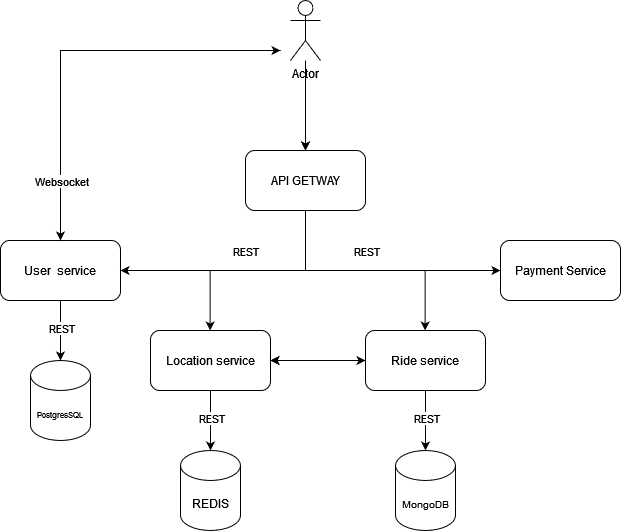
Earlier version of the draw.io export images/scheme.png (AlexGrama22/pad). Source tidied: cells renumbered, new cells last; positions are measured from the earlier drawing's top-left corner, leaving out a move shared by most shapes. Its diagram source:
```xml
<mxGraphModel background="#FFFFFF">
  <root>
    <mxCell id="0" />
    <mxCell id="1" parent="0" />
    <mxCell id="2" style="edgeStyle=orthogonalEdgeStyle;rounded=0;jettySize=auto;html=1;" parent="1" edge="1" source="3" target="4">
      <mxGeometry relative="1" as="geometry" />
    </mxCell>
    <mxCell id="3" value="Actor" style="shape=umlActor;verticalLabelPosition=bottom;verticalAlign=top;html=1;outlineConnect=0;" parent="1" vertex="1">
      <mxGeometry x="290" width="30" height="60" as="geometry" />
    </mxCell>
    <mxCell id="4" value="API GETWAY" style="rounded=1;whiteSpace=wrap;html=1;" parent="1" vertex="1">
      <mxGeometry x="245" y="150" width="120" height="60" as="geometry" />
    </mxCell>
    <mxCell id="5" value="User&amp;nbsp; service" style="rounded=1;whiteSpace=wrap;html=1;" parent="1" vertex="1">
      <mxGeometry y="240" width="120" height="60" as="geometry" />
    </mxCell>
    <mxCell id="6" style="endArrow=classic;startArrow=classic;html=1;rounded=0;exitX=0.5;exitY=0;exitDx=0;exitDy=0;" parent="1" edge="1" source="5">
      <mxGeometry relative="1" as="geometry">
        <mxPoint x="280" y="50" as="targetPoint" />
        <Array as="points">
          <mxPoint x="60" y="50" />
        </Array>
      </mxGeometry>
    </mxCell>
    <mxCell id="7" value="Websocket" style="edgeLabel;html=1;align=center;verticalAlign=middle;" parent="6" vertex="1">
      <mxGeometry x="-0.29" relative="1" as="geometry">
        <mxPoint y="86" as="offset" />
      </mxGeometry>
    </mxCell>
    <mxCell id="8" style="endArrow=none;startArrow=classic;html=1;rounded=0;entryX=0.5;entryY=1;entryDx=0;entryDy=0;exitX=1;exitY=0.5;exitDx=0;exitDy=0;endFill=0;" parent="1" edge="1" source="5" target="4">
      <mxGeometry relative="1" as="geometry">
        <Array as="points">
          <mxPoint x="305" y="270" />
        </Array>
      </mxGeometry>
    </mxCell>
    <mxCell id="9" value="REST" style="edgeLabel;html=1;align=center;verticalAlign=middle;" parent="8" vertex="1">
      <mxGeometry x="-0.27" relative="1" as="geometry">
        <mxPoint x="35" y="-20" as="offset" />
      </mxGeometry>
    </mxCell>
    <mxCell id="10" style="endArrow=classic;html=1;rounded=0;entryX=0;entryY=0.5;entryDx=0;entryDy=0;" parent="1" edge="1">
      <mxGeometry relative="1" as="geometry">
        <mxPoint x="255" y="270" as="sourcePoint" />
        <mxPoint x="500" y="270" as="targetPoint" />
      </mxGeometry>
    </mxCell>
    <mxCell id="11" value="REST" style="edgeLabel;html=1;align=center;verticalAlign=middle;" parent="10" vertex="1">
      <mxGeometry x="0.15" y="-1" relative="1" as="geometry">
        <mxPoint x="-30" y="-21" as="offset" />
      </mxGeometry>
    </mxCell>
    <mxCell id="12" value="&lt;font style=&quot;font-size: 8px;&quot;&gt;PostgresSQL&lt;/font&gt;" style="shape=cylinder3;whiteSpace=wrap;html=1;boundedLbl=1;backgroundOutline=1;size=15;" parent="1" vertex="1">
      <mxGeometry x="30" y="360" width="60" height="80" as="geometry" />
    </mxCell>
    <mxCell id="13" style="endArrow=none;startArrow=classic;html=1;rounded=0;entryX=0.5;entryY=1;entryDx=0;entryDy=0;exitX=0.5;exitY=0;exitDx=0;exitDy=0;exitPerimeter=0;endFill=0;" parent="1" edge="1" source="12" target="5">
      <mxGeometry relative="1" as="geometry" />
    </mxCell>
    <mxCell id="14" value="REST" style="edgeLabel;html=1;align=center;verticalAlign=middle;" parent="13" vertex="1">
      <mxGeometry x="0.09" relative="1" as="geometry" />
    </mxCell>
    <mxCell id="15" value="Location service" style="rounded=1;whiteSpace=wrap;html=1;" parent="1" vertex="1">
      <mxGeometry x="150" y="330" width="120" height="60" as="geometry" />
    </mxCell>
    <mxCell id="16" value="Payment Service" style="rounded=1;whiteSpace=wrap;html=1;" parent="1" vertex="1">
      <mxGeometry x="500" y="240" width="120" height="60" as="geometry" />
    </mxCell>
    <mxCell id="17" style="endArrow=none;startArrow=classic;html=1;rounded=0;endFill=0;" parent="1" edge="1">
      <mxGeometry relative="1" as="geometry">
        <mxPoint x="209.6" y="330" as="sourcePoint" />
        <mxPoint x="209.6" y="270" as="targetPoint" />
      </mxGeometry>
    </mxCell>
    <mxCell id="18" style="endArrow=none;startArrow=classic;html=1;rounded=0;endFill=0;" parent="1" edge="1">
      <mxGeometry relative="1" as="geometry">
        <mxPoint x="424.6" y="330" as="sourcePoint" />
        <mxPoint x="424.6" y="270" as="targetPoint" />
      </mxGeometry>
    </mxCell>
    <mxCell id="19" value="REDIS" style="shape=cylinder3;whiteSpace=wrap;html=1;boundedLbl=1;backgroundOutline=1;size=15;" parent="1" vertex="1">
      <mxGeometry x="180" y="450" width="60" height="80" as="geometry" />
    </mxCell>
    <mxCell id="20" style="endArrow=none;startArrow=classic;html=1;rounded=0;entryX=0.5;entryY=1;entryDx=0;entryDy=0;exitX=0.5;exitY=0;exitDx=0;exitDy=0;exitPerimeter=0;endFill=0;" parent="1" edge="1" source="19">
      <mxGeometry relative="1" as="geometry">
        <mxPoint x="210" y="390" as="targetPoint" />
      </mxGeometry>
    </mxCell>
    <mxCell id="21" value="REST" style="edgeLabel;html=1;align=center;verticalAlign=middle;" parent="20" vertex="1">
      <mxGeometry x="0.09" relative="1" as="geometry" />
    </mxCell>
    <mxCell id="22" style="endArrow=classic;html=1;rounded=0;entryX=0.5;entryY=0;entryDx=0;entryDy=0;" parent="1" edge="1" target="4">
      <mxGeometry relative="1" as="geometry">
        <mxPoint x="305" y="90" as="sourcePoint" />
      </mxGeometry>
    </mxCell>
    <mxCell id="23" style="edgeStyle=orthogonalEdgeStyle;rounded=0;jettySize=auto;html=1;" parent="1" edge="1" source="24" target="15">
      <mxGeometry relative="1" as="geometry" />
    </mxCell>
    <mxCell id="24" value="Ride service" style="rounded=1;whiteSpace=wrap;html=1;" parent="1" vertex="1">
      <mxGeometry x="365" y="330" width="120" height="60" as="geometry" />
    </mxCell>
    <mxCell id="25" value="&lt;font style=&quot;font-size: 10px;&quot;&gt;MongoDB&lt;/font&gt;" style="shape=cylinder3;whiteSpace=wrap;html=1;boundedLbl=1;backgroundOutline=1;size=15;" parent="1" vertex="1">
      <mxGeometry x="395" y="450" width="60" height="80" as="geometry" />
    </mxCell>
    <mxCell id="26" style="endArrow=none;startArrow=classic;html=1;rounded=0;entryX=0.5;entryY=1;entryDx=0;entryDy=0;exitX=0.5;exitY=0;exitDx=0;exitDy=0;exitPerimeter=0;endFill=0;" parent="1" edge="1" source="25">
      <mxGeometry relative="1" as="geometry">
        <mxPoint x="425" y="390" as="targetPoint" />
      </mxGeometry>
    </mxCell>
    <mxCell id="27" value="REST" style="edgeLabel;html=1;align=center;verticalAlign=middle;" parent="26" vertex="1">
      <mxGeometry x="0.09" relative="1" as="geometry" />
    </mxCell>
    <mxCell id="28" style="endArrow=classic;startArrow=classic;html=1;rounded=0;entryX=0;entryY=0.5;entryDx=0;entryDy=0;" parent="1" edge="1" target="24">
      <mxGeometry relative="1" as="geometry">
        <mxPoint x="270" y="360" as="sourcePoint" />
      </mxGeometry>
    </mxCell>
  </root>
</mxGraphModel>
```
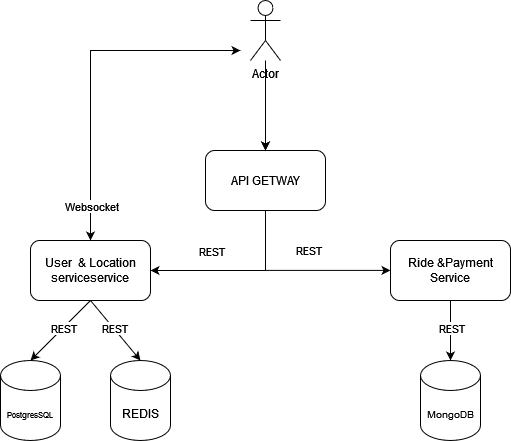
After the change.

Change to the diagram source:
```diff
@@ -11,14 +11,14 @@
     <mxCell id="4" value="API GETWAY" style="rounded=1;whiteSpace=wrap;html=1;" parent="1" vertex="1">
       <mxGeometry x="245" y="150" width="120" height="60" as="geometry" />
     </mxCell>
-    <mxCell id="5" value="User&amp;nbsp; service" style="rounded=1;whiteSpace=wrap;html=1;" parent="1" vertex="1">
-      <mxGeometry y="240" width="120" height="60" as="geometry" />
+    <mxCell id="5" value="User&amp;nbsp; &amp;amp; Location serviceservice" style="rounded=1;whiteSpace=wrap;html=1;" parent="1" vertex="1">
+      <mxGeometry x="70" y="240" width="120" height="60" as="geometry" />
     </mxCell>
     <mxCell id="6" style="endArrow=classic;startArrow=classic;html=1;rounded=0;exitX=0.5;exitY=0;exitDx=0;exitDy=0;" parent="1" edge="1" source="5">
       <mxGeometry relative="1" as="geometry">
         <mxPoint x="280" y="50" as="targetPoint" />
         <Array as="points">
-          <mxPoint x="60" y="50" />
+          <mxPoint x="130" y="50" />
         </Array>
       </mxGeometry>
     </mxCell>
@@ -36,13 +36,13 @@
     </mxCell>
     <mxCell id="9" value="REST" style="edgeLabel;html=1;align=center;verticalAlign=middle;" parent="8" vertex="1">
       <mxGeometry x="-0.27" relative="1" as="geometry">
-        <mxPoint x="35" y="-20" as="offset" />
+        <mxPoint x="-4" y="-20" as="offset" />
       </mxGeometry>
     </mxCell>
     <mxCell id="10" style="endArrow=classic;html=1;rounded=0;entryX=0;entryY=0.5;entryDx=0;entryDy=0;" parent="1" edge="1">
       <mxGeometry relative="1" as="geometry">
-        <mxPoint x="255" y="270" as="sourcePoint" />
-        <mxPoint x="500" y="270" as="targetPoint" />
+        <mxPoint x="305" y="269.9" as="sourcePoint" />
+        <mxPoint x="430" y="269.9" as="targetPoint" />
       </mxGeometry>
     </mxCell>
     <mxCell id="11" value="REST" style="edgeLabel;html=1;align=center;verticalAlign=middle;" parent="10" vertex="1">
@@ -51,7 +51,7 @@
       </mxGeometry>
     </mxCell>
     <mxCell id="12" value="&lt;font style=&quot;font-size: 8px;&quot;&gt;PostgresSQL&lt;/font&gt;" style="shape=cylinder3;whiteSpace=wrap;html=1;boundedLbl=1;backgroundOutline=1;size=15;" parent="1" vertex="1">
-      <mxGeometry x="30" y="360" width="60" height="80" as="geometry" />
+      <mxGeometry x="40" y="360" width="60" height="80" as="geometry" />
     </mxCell>
     <mxCell id="13" style="endArrow=none;startArrow=classic;html=1;rounded=0;entryX=0.5;entryY=1;entryDx=0;entryDy=0;exitX=0.5;exitY=0;exitDx=0;exitDy=0;exitPerimeter=0;endFill=0;" parent="1" edge="1" source="12" target="5">
       <mxGeometry relative="1" as="geometry" />
@@ -59,30 +59,15 @@
     <mxCell id="14" value="REST" style="edgeLabel;html=1;align=center;verticalAlign=middle;" parent="13" vertex="1">
       <mxGeometry x="0.09" relative="1" as="geometry" />
     </mxCell>
-    <mxCell id="15" value="Location service" style="rounded=1;whiteSpace=wrap;html=1;" parent="1" vertex="1">
-      <mxGeometry x="150" y="330" width="120" height="60" as="geometry" />
-    </mxCell>
-    <mxCell id="16" value="Payment Service" style="rounded=1;whiteSpace=wrap;html=1;" parent="1" vertex="1">
-      <mxGeometry x="500" y="240" width="120" height="60" as="geometry" />
+    <mxCell id="16" value="Ride &amp;amp;Payment Service" style="rounded=1;whiteSpace=wrap;html=1;" parent="1" vertex="1">
+      <mxGeometry x="430" y="240" width="120" height="60" as="geometry" />
     </mxCell>
-    <mxCell id="17" style="endArrow=none;startArrow=classic;html=1;rounded=0;endFill=0;" parent="1" edge="1">
-      <mxGeometry relative="1" as="geometry">
-        <mxPoint x="209.6" y="330" as="sourcePoint" />
-        <mxPoint x="209.6" y="270" as="targetPoint" />
-      </mxGeometry>
-    </mxCell>
-    <mxCell id="18" style="endArrow=none;startArrow=classic;html=1;rounded=0;endFill=0;" parent="1" edge="1">
-      <mxGeometry relative="1" as="geometry">
-        <mxPoint x="424.6" y="330" as="sourcePoint" />
-        <mxPoint x="424.6" y="270" as="targetPoint" />
-      </mxGeometry>
-    </mxCell>
     <mxCell id="19" value="REDIS" style="shape=cylinder3;whiteSpace=wrap;html=1;boundedLbl=1;backgroundOutline=1;size=15;" parent="1" vertex="1">
-      <mxGeometry x="180" y="450" width="60" height="80" as="geometry" />
+      <mxGeometry x="150" y="360" width="60" height="80" as="geometry" />
     </mxCell>
     <mxCell id="20" style="endArrow=none;startArrow=classic;html=1;rounded=0;entryX=0.5;entryY=1;entryDx=0;entryDy=0;exitX=0.5;exitY=0;exitDx=0;exitDy=0;exitPerimeter=0;endFill=0;" parent="1" edge="1" source="19">
       <mxGeometry relative="1" as="geometry">
-        <mxPoint x="210" y="390" as="targetPoint" />
+        <mxPoint x="130" y="300" as="targetPoint" />
       </mxGeometry>
     </mxCell>
     <mxCell id="21" value="REST" style="edgeLabel;html=1;align=center;verticalAlign=middle;" parent="20" vertex="1">
@@ -93,27 +78,16 @@
         <mxPoint x="305" y="90" as="sourcePoint" />
       </mxGeometry>
     </mxCell>
-    <mxCell id="23" style="edgeStyle=orthogonalEdgeStyle;rounded=0;jettySize=auto;html=1;" parent="1" edge="1" source="24" target="15">
-      <mxGeometry relative="1" as="geometry" />
-    </mxCell>
-    <mxCell id="24" value="Ride service" style="rounded=1;whiteSpace=wrap;html=1;" parent="1" vertex="1">
-      <mxGeometry x="365" y="330" width="120" height="60" as="geometry" />
-    </mxCell>
     <mxCell id="25" value="&lt;font style=&quot;font-size: 10px;&quot;&gt;MongoDB&lt;/font&gt;" style="shape=cylinder3;whiteSpace=wrap;html=1;boundedLbl=1;backgroundOutline=1;size=15;" parent="1" vertex="1">
-      <mxGeometry x="395" y="450" width="60" height="80" as="geometry" />
+      <mxGeometry x="460" y="360" width="60" height="80" as="geometry" />
     </mxCell>
     <mxCell id="26" style="endArrow=none;startArrow=classic;html=1;rounded=0;entryX=0.5;entryY=1;entryDx=0;entryDy=0;exitX=0.5;exitY=0;exitDx=0;exitDy=0;exitPerimeter=0;endFill=0;" parent="1" edge="1" source="25">
       <mxGeometry relative="1" as="geometry">
-        <mxPoint x="425" y="390" as="targetPoint" />
+        <mxPoint x="490" y="300" as="targetPoint" />
       </mxGeometry>
     </mxCell>
     <mxCell id="27" value="REST" style="edgeLabel;html=1;align=center;verticalAlign=middle;" parent="26" vertex="1">
       <mxGeometry x="0.09" relative="1" as="geometry" />
     </mxCell>
-    <mxCell id="28" style="endArrow=classic;startArrow=classic;html=1;rounded=0;entryX=0;entryY=0.5;entryDx=0;entryDy=0;" parent="1" edge="1" target="24">
-      <mxGeometry relative="1" as="geometry">
-        <mxPoint x="270" y="360" as="sourcePoint" />
-      </mxGeometry>
-    </mxCell>
   </root>
 </mxGraphModel>
```
